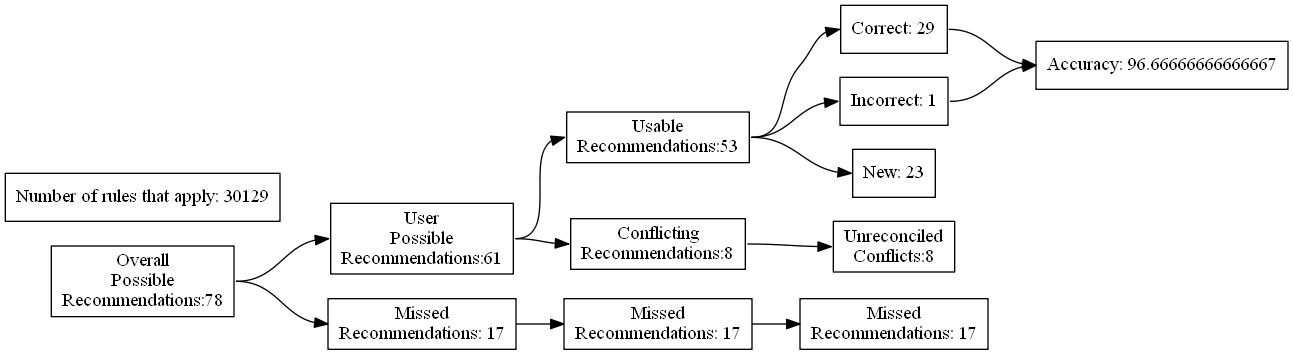
Before: test_renders/63.gv.png, a diagram exported from Graphviz (ZaxR/ibd_diet_analysis). Its source is kept beside it as test_renders/63.gv.
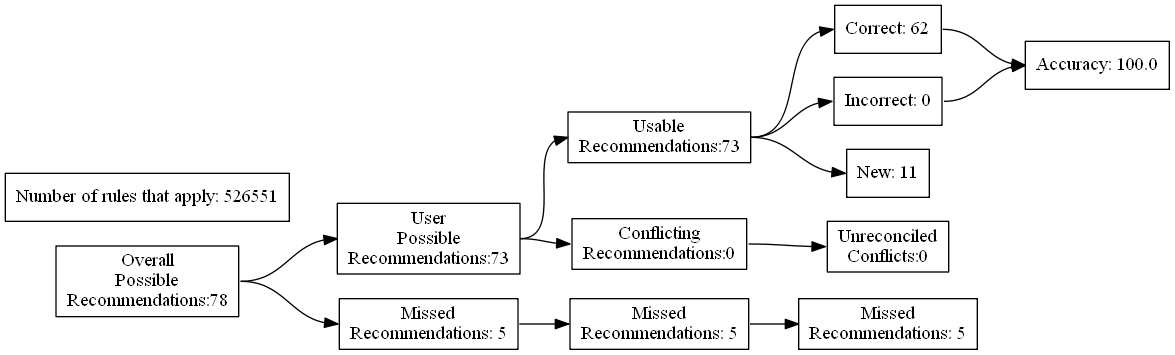
After the change.

Diff of the diagram source:
```diff
@@ -7,24 +7,24 @@
 Recommendations:78"]
 		B [label="User
 Possible
-Recommendations:61"]
+Recommendations:73"]
 		C [label="Missed
-Recommendations: 17"]
+Recommendations: 5"]
 		D [label="Usable
-Recommendations:53"]
+Recommendations:73"]
 		E [label="Conflicting
-Recommendations:8"]
+Recommendations:0"]
 		J [label="Missed
-Recommendations: 17"]
+Recommendations: 5"]
 		M [label="Unreconciled
-Conflicts:8"]
-		F [label="Correct: 29"]
-		G [label="Incorrect: 1"]
-		H [label="New: 23"]
+Conflicts:0"]
+		F [label="Correct: 62"]
+		G [label="Incorrect: 0"]
+		H [label="New: 11"]
 		K [label="Missed
-Recommendations: 17"]
-		I [label="Accuracy: 96.66666666666667"]
-		l [label="Number of rules that apply: 30129"]
+Recommendations: 5"]
+		I [label="Accuracy: 100.0"]
+		l [label="Number of rules that apply: 526551"]
 			A -> B
 			A -> C
 			B -> D
```
